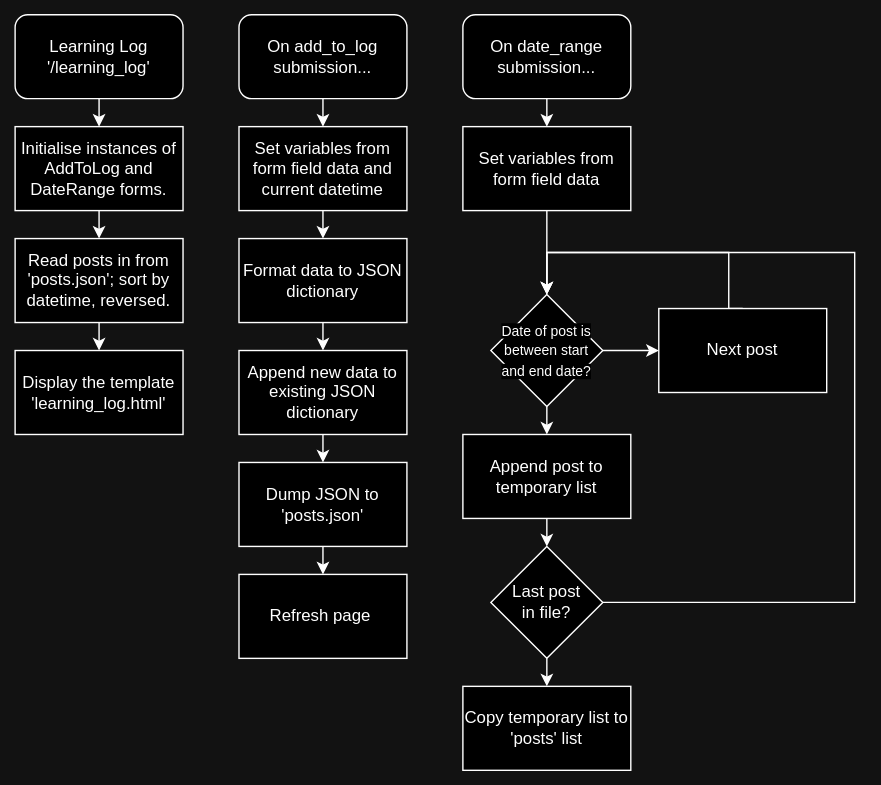
Before: res/flow_diagrams/Learning_Log.svg, a diagram exported from draw.io (corey-richardson/course-progress-tracker). Source tidied: cells renumbered, new cells last; positions are measured from the earlier drawing's top-left corner, leaving out a move shared by most shapes.
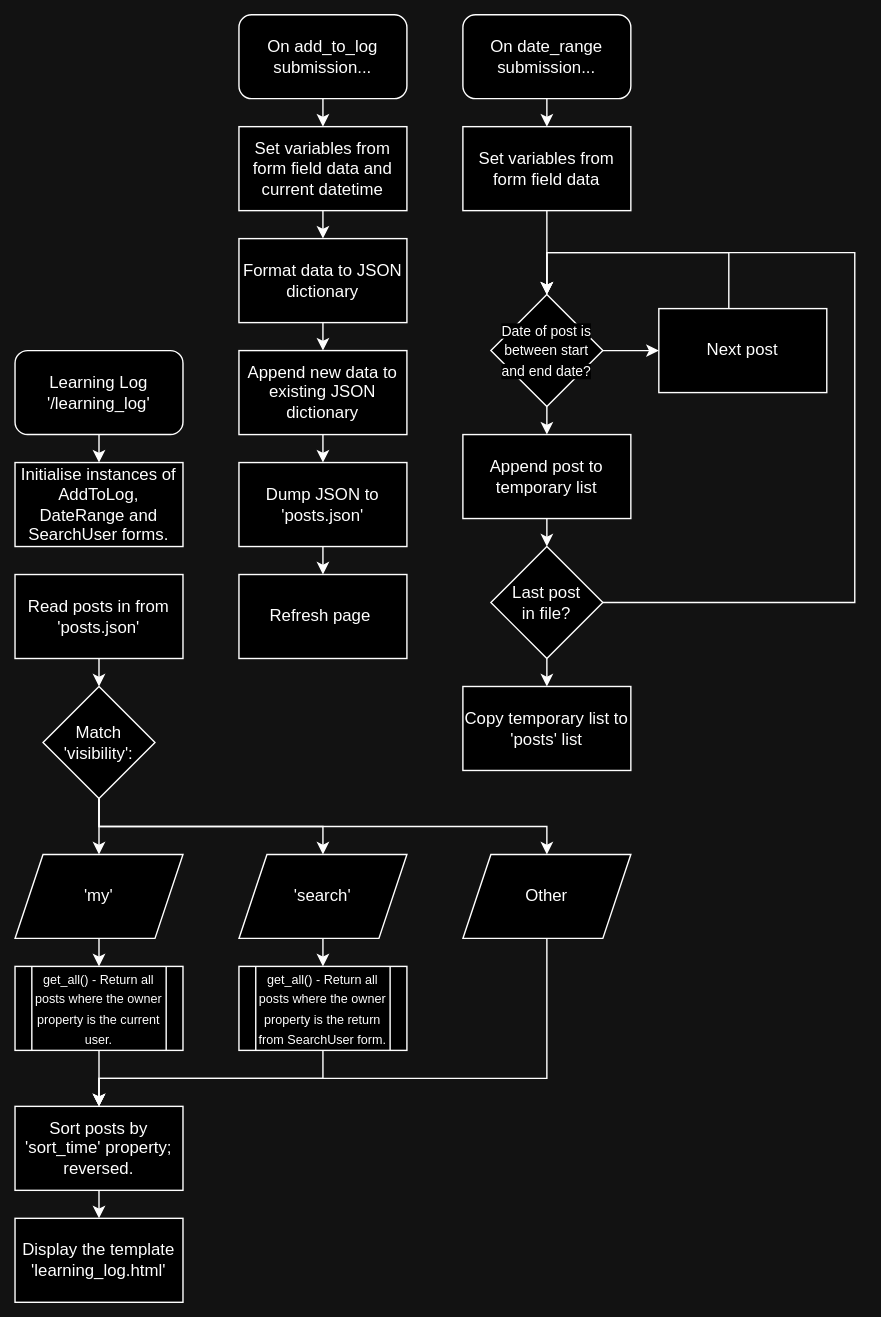
After the change.

What changed in the source:
```diff
@@ -6,19 +6,16 @@
       <mxGeometry relative="1" as="geometry" />
     </mxCell>
     <mxCell id="3" value="Learning Log&lt;br&gt;'/learning_log'" style="rounded=1;whiteSpace=wrap;html=1;" parent="1" vertex="1">
-      <mxGeometry width="120" height="60" as="geometry" />
+      <mxGeometry y="240" width="120" height="60" as="geometry" />
     </mxCell>
-    <mxCell id="4" style="edgeStyle=orthogonalEdgeStyle;rounded=0;jettySize=auto;html=1;exitX=0.5;exitY=1;exitDx=0;exitDy=0;entryX=0.5;entryY=0;entryDx=0;entryDy=0;" parent="1" edge="1" source="5" target="7">
-      <mxGeometry relative="1" as="geometry" />
-    </mxCell>
-    <mxCell id="5" value="Initialise instances of AddToLog and DateRange forms." style="rounded=0;whiteSpace=wrap;html=1;" parent="1" vertex="1">
-      <mxGeometry y="80" width="120" height="60" as="geometry" />
+    <mxCell id="5" value="Initialise instances of AddToLog, DateRange and SearchUser forms." style="rounded=0;whiteSpace=wrap;html=1;" parent="1" vertex="1">
+      <mxGeometry y="320" width="120" height="60" as="geometry" />
     </mxCell>
-    <mxCell id="6" style="edgeStyle=orthogonalEdgeStyle;rounded=0;jettySize=auto;html=1;exitX=0.5;exitY=1;exitDx=0;exitDy=0;entryX=0.5;entryY=0;entryDx=0;entryDy=0;" parent="1" edge="1" source="7" target="19">
-      <mxGeometry relative="1" as="geometry" />
-    </mxCell>
+    <mxCell id="35" style="edgeStyle=orthogonalEdgeStyle;rounded=0;jettySize=auto;html=1;exitX=0.5;exitY=1;exitDx=0;exitDy=0;entryX=0.5;entryY=0;entryDx=0;entryDy=0;" parent="1" edge="1" source="7" target="40">
+      <mxGeometry relative="1" as="geometry" />
+    </mxCell>
-    <mxCell id="7" value="Read posts in from 'posts.json'; sort by datetime, reversed." style="rounded=0;whiteSpace=wrap;html=1;" parent="1" vertex="1">
-      <mxGeometry y="160" width="120" height="60" as="geometry" />
+    <mxCell id="7" value="Read posts in from 'posts.json'" style="rounded=0;whiteSpace=wrap;html=1;" parent="1" vertex="1">
+      <mxGeometry y="400" width="120" height="60" as="geometry" />
     </mxCell>
     <mxCell id="8" style="edgeStyle=orthogonalEdgeStyle;rounded=0;jettySize=auto;html=1;exitX=0.5;exitY=1;exitDx=0;exitDy=0;entryX=0.5;entryY=0;entryDx=0;entryDy=0;" parent="1" edge="1" source="9" target="11">
       <mxGeometry relative="1" as="geometry" />
@@ -53,8 +50,11 @@
     <mxCell id="18" value="Refresh page&amp;nbsp;" style="rounded=0;whiteSpace=wrap;html=1;" parent="1" vertex="1">
       <mxGeometry x="160" y="400" width="120" height="60" as="geometry" />
     </mxCell>
+    <mxCell id="36" style="edgeStyle=orthogonalEdgeStyle;rounded=0;jettySize=auto;html=1;exitX=0.5;exitY=1;exitDx=0;exitDy=0;entryX=0.5;entryY=0;entryDx=0;entryDy=0;" parent="1" edge="1" source="19" target="51">
+      <mxGeometry relative="1" as="geometry" />
+    </mxCell>
-    <mxCell id="19" value="Display the template&lt;br&gt;'learning_log.html'" style="rounded=0;whiteSpace=wrap;html=1;" parent="1" vertex="1">
-      <mxGeometry y="240" width="120" height="60" as="geometry" />
+    <mxCell id="19" value="Sort posts by 'sort_time' property; reversed." style="rounded=0;whiteSpace=wrap;html=1;" parent="1" vertex="1">
+      <mxGeometry y="780" width="120" height="60" as="geometry" />
     </mxCell>
     <mxCell id="20" style="edgeStyle=orthogonalEdgeStyle;rounded=0;jettySize=auto;html=1;exitX=0.5;exitY=1;exitDx=0;exitDy=0;entryX=0.5;entryY=0;entryDx=0;entryDy=0;" parent="1" edge="1" source="21" target="23">
       <mxGeometry relative="1" as="geometry" />
@@ -112,5 +112,55 @@
     <mxCell id="34" value="Copy temporary list to&lt;br&gt;'posts' list" style="rounded=0;whiteSpace=wrap;html=1;" parent="1" vertex="1">
       <mxGeometry x="320" y="480" width="120" height="60" as="geometry" />
     </mxCell>
+    <mxCell id="37" style="edgeStyle=orthogonalEdgeStyle;rounded=0;jettySize=auto;html=1;exitX=0.5;exitY=1;exitDx=0;exitDy=0;" parent="1" edge="1" source="40" target="42">
+      <mxGeometry relative="1" as="geometry" />
+    </mxCell>
+    <mxCell id="38" style="edgeStyle=orthogonalEdgeStyle;rounded=0;jettySize=auto;html=1;exitX=0.5;exitY=1;exitDx=0;exitDy=0;entryX=0.5;entryY=0;entryDx=0;entryDy=0;" parent="1" edge="1" source="40" target="44">
+      <mxGeometry relative="1" as="geometry" />
+    </mxCell>
+    <mxCell id="39" style="edgeStyle=orthogonalEdgeStyle;rounded=0;jettySize=auto;html=1;exitX=0.5;exitY=1;exitDx=0;exitDy=0;entryX=0.5;entryY=0;entryDx=0;entryDy=0;" parent="1" edge="1" source="40" target="46">
+      <mxGeometry relative="1" as="geometry" />
+    </mxCell>
+    <mxCell id="40" value="Match 'visibility':" style="rhombus;whiteSpace=wrap;html=1;" parent="1" vertex="1">
+      <mxGeometry x="20" y="480" width="80" height="80" as="geometry" />
+    </mxCell>
+    <mxCell id="41" style="edgeStyle=orthogonalEdgeStyle;rounded=0;jettySize=auto;html=1;exitX=0.5;exitY=1;exitDx=0;exitDy=0;entryX=0.5;entryY=0;entryDx=0;entryDy=0;" parent="1" edge="1" source="42" target="48">
+      <mxGeometry relative="1" as="geometry" />
+    </mxCell>
+    <mxCell id="42" value="'my'" style="shape=parallelogram;perimeter=parallelogramPerimeter;whiteSpace=wrap;html=1;fixedSize=1;" parent="1" vertex="1">
+      <mxGeometry y="600" width="120" height="60" as="geometry" />
+    </mxCell>
+    <mxCell id="43" style="edgeStyle=orthogonalEdgeStyle;rounded=0;jettySize=auto;html=1;exitX=0.5;exitY=1;exitDx=0;exitDy=0;entryX=0.5;entryY=0;entryDx=0;entryDy=0;" parent="1" edge="1" source="44" target="50">
+      <mxGeometry relative="1" as="geometry" />
+    </mxCell>
+    <mxCell id="44" value="'search'" style="shape=parallelogram;perimeter=parallelogramPerimeter;whiteSpace=wrap;html=1;fixedSize=1;" parent="1" vertex="1">
+      <mxGeometry x="160" y="600" width="120" height="60" as="geometry" />
+    </mxCell>
+    <mxCell id="45" style="edgeStyle=orthogonalEdgeStyle;rounded=0;jettySize=auto;html=1;exitX=0.5;exitY=1;exitDx=0;exitDy=0;entryX=0.5;entryY=0;entryDx=0;entryDy=0;" parent="1" edge="1" source="46" target="19">
+      <mxGeometry relative="1" as="geometry">
+        <Array as="points">
+          <mxPoint x="380" y="760" />
+          <mxPoint x="60" y="760" />
+        </Array>
+      </mxGeometry>
+    </mxCell>
+    <mxCell id="46" value="Other" style="shape=parallelogram;perimeter=parallelogramPerimeter;whiteSpace=wrap;html=1;fixedSize=1;" parent="1" vertex="1">
+      <mxGeometry x="320" y="600" width="120" height="60" as="geometry" />
+    </mxCell>
+    <mxCell id="47" style="edgeStyle=orthogonalEdgeStyle;rounded=0;jettySize=auto;html=1;exitX=0.5;exitY=1;exitDx=0;exitDy=0;entryX=0.5;entryY=0;entryDx=0;entryDy=0;" parent="1" edge="1" source="48" target="19">
+      <mxGeometry relative="1" as="geometry" />
+    </mxCell>
+    <mxCell id="48" value="&lt;font style=&quot;font-size: 9px;&quot;&gt;get_all() - Return all posts where the owner property is the current user.&lt;/font&gt;" style="shape=process;whiteSpace=wrap;html=1;backgroundOutline=1;" parent="1" vertex="1">
+      <mxGeometry y="680" width="120" height="60" as="geometry" />
+    </mxCell>
+    <mxCell id="49" style="edgeStyle=orthogonalEdgeStyle;rounded=0;jettySize=auto;html=1;exitX=0.5;exitY=1;exitDx=0;exitDy=0;entryX=0.5;entryY=0;entryDx=0;entryDy=0;" parent="1" edge="1" source="50" target="19">
+      <mxGeometry relative="1" as="geometry" />
+    </mxCell>
+    <mxCell id="50" value="&lt;font style=&quot;font-size: 9px;&quot;&gt;get_all() - Return all posts where the owner property is the return from SearchUser form.&lt;/font&gt;" style="shape=process;whiteSpace=wrap;html=1;backgroundOutline=1;" parent="1" vertex="1">
+      <mxGeometry x="160" y="680" width="120" height="60" as="geometry" />
+    </mxCell>
+    <mxCell id="51" value="Display the template&lt;br style=&quot;border-color: var(--border-color);&quot;&gt;'learning_log.html'" style="rounded=0;whiteSpace=wrap;html=1;" parent="1" vertex="1">
+      <mxGeometry y="860" width="120" height="60" as="geometry" />
+    </mxCell>
   </root>
 </mxGraphModel>
```
